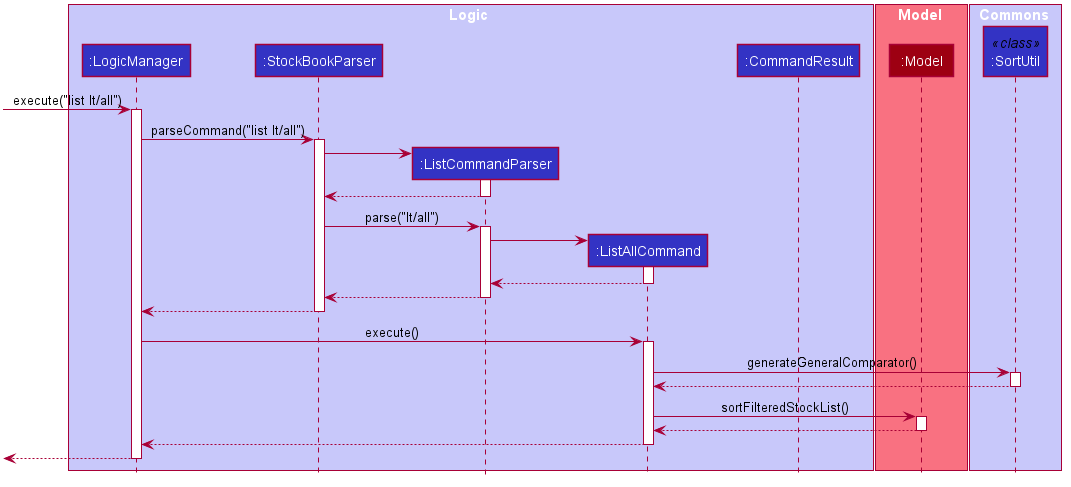
Before: docs/images/LogicListAllSequenceDiagram.png, a diagram exported from PlantUML (nus-cs2103-AY2021S1/tp).
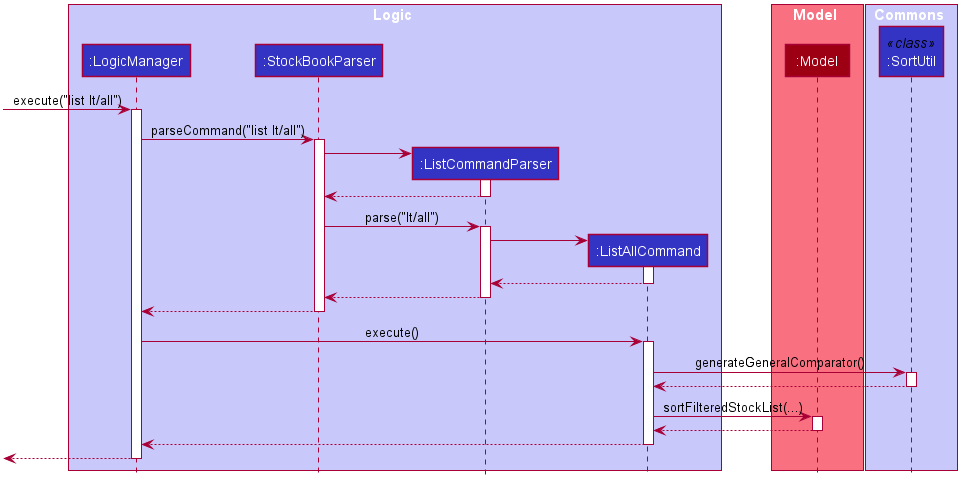
The same diagram one commit later.

Diff of the diagram source:
```diff
@@ -53,7 +53,6 @@
 participant ":StockBookParser" as StockBookParser #3333C4
 participant ":ListCommandParser" as ListCommandParser #3333C4
 participant ":ListAllCommand" as ListAllCommand #3333C4
-participant ":CommandResult" as CommandResult #3333C4
 end box
 
 box Model #F97181
@@ -102,7 +101,7 @@
 SortUtil --> ListAllCommand
 deactivate SortUtil
 
-ListAllCommand -> Model : sortFilteredStockList()
+ListAllCommand -> Model : sortFilteredStockList(...)
 activate Model
 
 Model --> ListAllCommand
```
